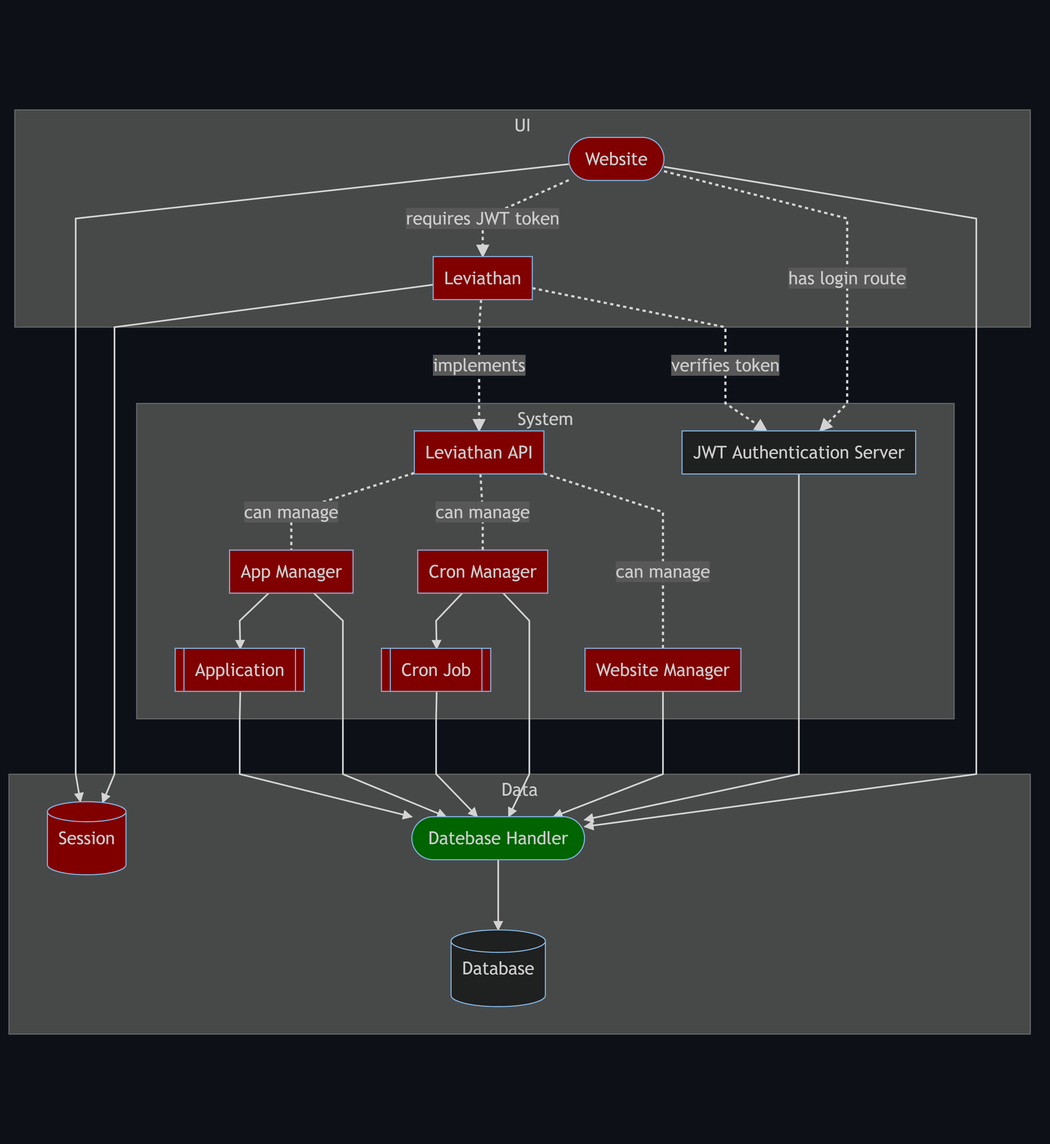
Above: diagrams/domain.png in olivernybo/leviathan (Mermaid), before the change. Its source is kept beside it as diagrams/domain.mmd.
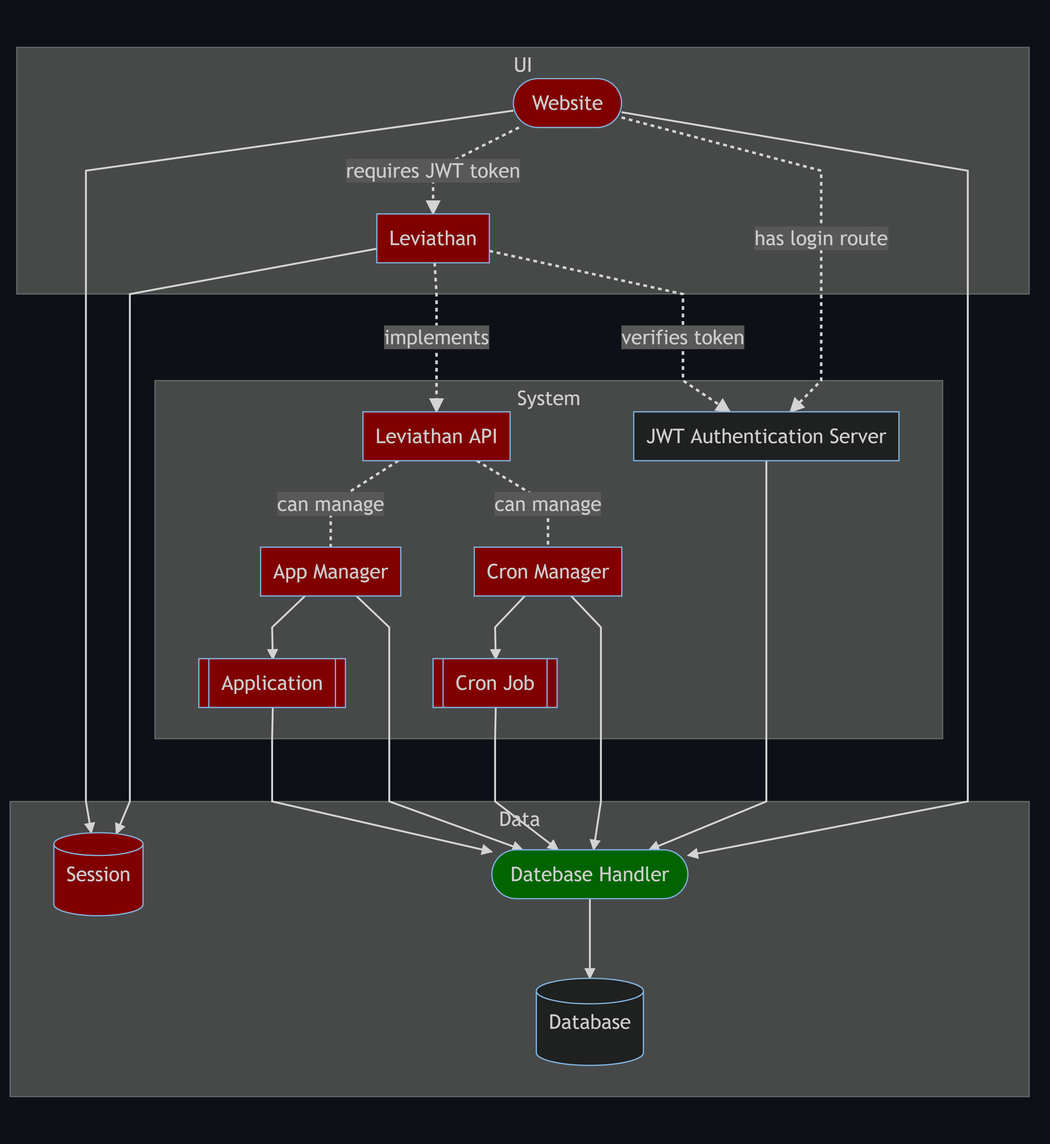
The same diagram one commit later.

Commit message:
removed website manager

that should be a part of the website, not Leviathan

What changed in the source:
```diff
@@ -16,7 +16,6 @@
 	subgraph system [System]
 	jwt[JWT Authentication Server]
 	api[Leviathan API]:::TODO
-	webmanager[Website Manager]:::TODO
 	cronmanager[Cron Manager]:::TODO
 	cronjob[[Cron Job]]:::TODO
 	appmanager[App Manager]:::TODO
@@ -29,10 +28,8 @@
 	leviathan-.->|verifies token|jwt
 	leviathan-.->|implements|api
 	jwt-->dbh
-	api-.-|can manage|webmanager
 	api-.-|can manage|cronmanager
 	api-.-|can manage|appmanager
-	webmanager-->dbh
 	cronmanager-->dbh
 	cronmanager-->cronjob
 	cronjob-->dbh
```
